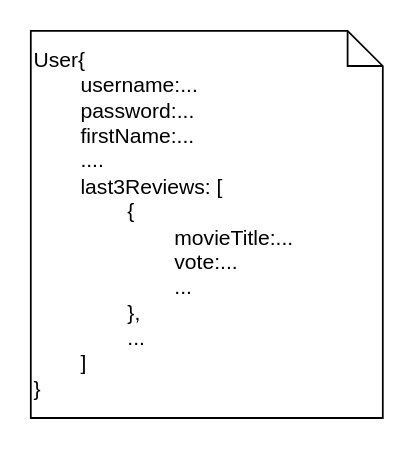
Before: Diagram/UserDocument.drawio in glmquint/RottenMovies, a draw.io diagram. Source tidied: cells renumbered, new cells numbered last; positions are measured from the earlier drawing's top-left corner, leaving out a move shared by most shapes. Both pictures are drawn from the tidied source at 176%, with x=0, y=0 at pixel (30, 30).
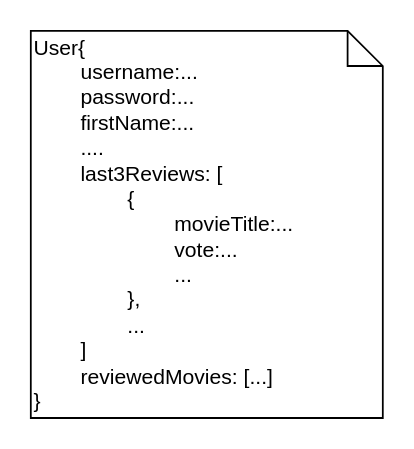
The same diagram, later.

Commit message (it also covers changes not shown here):
add document linking for reviewed movies in UserDocument collection diagram

Diff of the diagram source:
```diff
@@
 <mxGraphModel>
   <root>
     <mxCell id="0" />
     <mxCell id="1" parent="0" />
-    <mxCell id="2" value="User{&lt;br&gt;&lt;span style=&quot;white-space: pre;&quot;&gt;&#9;&lt;/span&gt;username:...&lt;br&gt;&lt;span style=&quot;white-space: pre;&quot;&gt;&#9;&lt;/span&gt;password:...&lt;br&gt;&lt;span style=&quot;white-space: pre;&quot;&gt;&#9;&lt;/span&gt;firstName:...&lt;br&gt;&lt;span style=&quot;white-space: pre;&quot;&gt;&#9;&lt;/span&gt;....&lt;br&gt;&lt;span style=&quot;white-space: pre;&quot;&gt;&#9;&lt;/span&gt;last3Reviews: [&lt;br&gt;&lt;span style=&quot;white-space: pre;&quot;&gt;&#9;&lt;/span&gt;&lt;span style=&quot;white-space: pre;&quot;&gt;&#9;&lt;/span&gt;{&lt;br&gt;&lt;span style=&quot;white-space: pre;&quot;&gt;&#9;&lt;/span&gt;&lt;span style=&quot;white-space: pre;&quot;&gt;&#9;&lt;span style=&quot;white-space: pre;&quot;&gt;&#9;&lt;/span&gt;m&lt;/span&gt;ovieTitle:...&lt;br&gt;&lt;span style=&quot;white-space: pre;&quot;&gt;&#9;&lt;/span&gt;&lt;span style=&quot;white-space: pre;&quot;&gt;&#9;&lt;/span&gt;&lt;span style=&quot;white-space: pre;&quot;&gt;&#9;&lt;/span&gt;vote:...&lt;br&gt;&lt;span style=&quot;white-space: pre;&quot;&gt;&#9;&lt;/span&gt;&lt;span style=&quot;white-space: pre;&quot;&gt;&#9;&lt;/span&gt;&lt;span style=&quot;white-space: pre;&quot;&gt;&#9;&lt;/span&gt;...&lt;br&gt;&lt;span style=&quot;white-space: pre;&quot;&gt;&#9;&lt;/span&gt;&lt;span style=&quot;white-space: pre;&quot;&gt;&#9;&lt;/span&gt;},&lt;br&gt;&lt;span style=&quot;white-space: pre;&quot;&gt;&#9;&lt;/span&gt;&lt;span style=&quot;white-space: pre;&quot;&gt;&#9;&lt;/span&gt;...&lt;br&gt;&lt;span style=&quot;white-space: pre;&quot;&gt;&#9;&lt;/span&gt;]&lt;br&gt;}" style="shape=note;size=20;whiteSpace=wrap;html=1;align=left;" parent="1" vertex="1">
+    <mxCell id="2" value="User{&lt;br&gt;&lt;span style=&quot;white-space: pre&quot;&gt;&#9;&lt;/span&gt;username:...&lt;br&gt;&lt;span style=&quot;white-space: pre&quot;&gt;&#9;&lt;/span&gt;password:...&lt;br&gt;&lt;span style=&quot;white-space: pre&quot;&gt;&#9;&lt;/span&gt;firstName:...&lt;br&gt;&lt;span style=&quot;white-space: pre&quot;&gt;&#9;&lt;/span&gt;....&lt;br&gt;&lt;span style=&quot;white-space: pre&quot;&gt;&#9;&lt;/span&gt;last3Reviews: [&lt;br&gt;&lt;span style=&quot;white-space: pre&quot;&gt;&#9;&lt;/span&gt;&lt;span style=&quot;white-space: pre&quot;&gt;&#9;&lt;/span&gt;{&lt;br&gt;&lt;span style=&quot;white-space: pre&quot;&gt;&#9;&lt;/span&gt;&lt;span style=&quot;white-space: pre&quot;&gt;&#9;&lt;span style=&quot;white-space: pre&quot;&gt;&#9;&lt;/span&gt;m&lt;/span&gt;ovieTitle:...&lt;br&gt;&lt;span style=&quot;white-space: pre&quot;&gt;&#9;&lt;/span&gt;&lt;span style=&quot;white-space: pre&quot;&gt;&#9;&lt;/span&gt;&lt;span style=&quot;white-space: pre&quot;&gt;&#9;&lt;/span&gt;vote:...&lt;br&gt;&lt;span style=&quot;white-space: pre&quot;&gt;&#9;&lt;/span&gt;&lt;span style=&quot;white-space: pre&quot;&gt;&#9;&lt;/span&gt;&lt;span style=&quot;white-space: pre&quot;&gt;&#9;&lt;/span&gt;...&lt;br&gt;&lt;span style=&quot;white-space: pre&quot;&gt;&#9;&lt;/span&gt;&lt;span style=&quot;white-space: pre&quot;&gt;&#9;&lt;/span&gt;},&lt;br&gt;&lt;span style=&quot;white-space: pre&quot;&gt;&#9;&lt;/span&gt;&lt;span style=&quot;white-space: pre&quot;&gt;&#9;&lt;/span&gt;...&lt;br&gt;&lt;span style=&quot;white-space: pre&quot;&gt;&#9;&lt;/span&gt;]&lt;br&gt;&amp;nbsp; &amp;nbsp; &amp;nbsp; &amp;nbsp; reviewedMovies: [...]&lt;br&gt;}" style="shape=note;size=20;whiteSpace=wrap;html=1;align=left;" parent="1" vertex="1">
       <mxGeometry width="200" height="220" as="geometry" />
     </mxCell>
   </root>
 </mxGraphModel>
```
